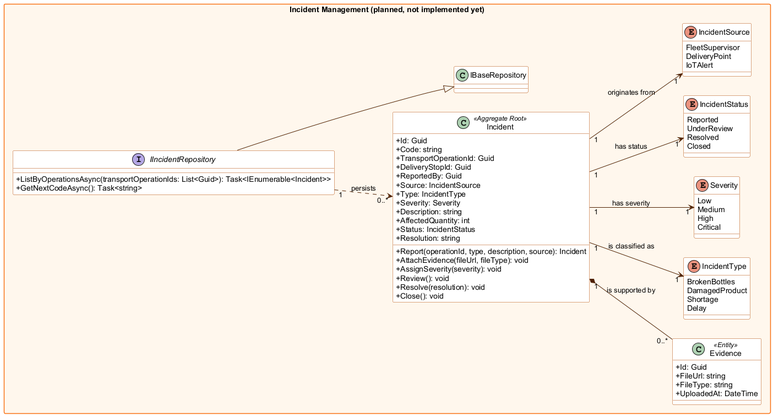
Earlier version of the PlantUML export report/assets/Software-Object-Oriented-Design/backend-class-incident-management.png (1ASI0730-2620-8084-CodeCrafters/bottle-track-report).
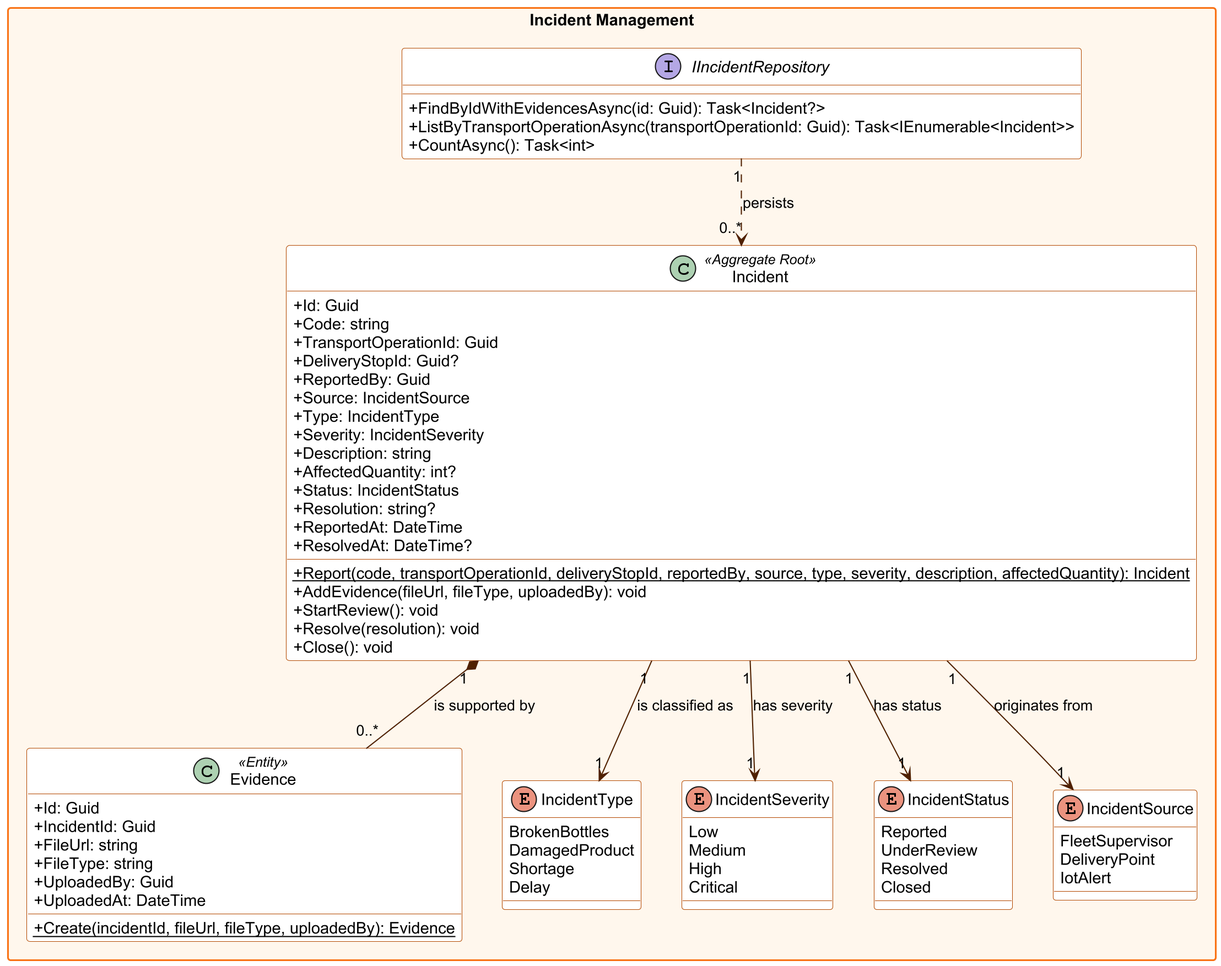
The same diagram one commit later.

Commit message:
fix(report): align incident management diagrams with the web services

Change to the diagram source:
```diff
@@ -1,4 +1,5 @@
-@startuml backend-class-incident-management
+@startuml
+skinparamlocked dpi 200
 skinparam classAttributeIconSize 0
 skinparam packageStyle rectangle
 skinparam shadowing false
@@ -12,34 +13,37 @@
   BackgroundColor #fff7ed
   BorderColor #f97316
 }
-left to right direction
 
-package "Incident Management (planned, not implemented yet)" {
+package "Incident Management" {
   class Incident <<Aggregate Root>> {
     + Id: Guid
     + Code: string
     + TransportOperationId: Guid
-    + DeliveryStopId: Guid
+    + DeliveryStopId: Guid?
     + ReportedBy: Guid
     + Source: IncidentSource
     + Type: IncidentType
-    + Severity: Severity
+    + Severity: IncidentSeverity
     + Description: string
-    + AffectedQuantity: int
+    + AffectedQuantity: int?
     + Status: IncidentStatus
-    + Resolution: string
-    + Report(operationId, type, description, source): Incident
-    + AttachEvidence(fileUrl, fileType): void
-    + AssignSeverity(severity): void
-    + Review(): void
+    + Resolution: string?
+    + ReportedAt: DateTime
+    + ResolvedAt: DateTime?
+    + {static} Report(code, transportOperationId, deliveryStopId, reportedBy, source, type, severity, description, affectedQuantity): Incident
+    + AddEvidence(fileUrl, fileType, uploadedBy): void
+    + StartReview(): void
     + Resolve(resolution): void
     + Close(): void
   }
   class Evidence <<Entity>> {
     + Id: Guid
+    + IncidentId: Guid
     + FileUrl: string
     + FileType: string
+    + UploadedBy: Guid
     + UploadedAt: DateTime
+    + {static} Create(incidentId, fileUrl, fileType, uploadedBy): Evidence
   }
   enum IncidentType {
     BrokenBottles
@@ -47,7 +51,7 @@
     Shortage
     Delay
   }
-  enum Severity {
+  enum IncidentSeverity {
     Low
     Medium
     High
@@ -62,18 +66,18 @@
   enum IncidentSource {
     FleetSupervisor
     DeliveryPoint
-    IoTAlert
+    IotAlert
   }
   interface IIncidentRepository {
-    + ListByOperationsAsync(transportOperationIds: List<Guid>): Task<IEnumerable<Incident>>
-    + GetNextCodeAsync(): Task<string>
+    + FindByIdWithEvidencesAsync(id: Guid): Task<Incident?>
+    + ListByTransportOperationAsync(transportOperationId: Guid): Task<IEnumerable<Incident>>
+    + CountAsync(): Task<int>
   }
   Incident "1" *-- "0..*" Evidence : is supported by
   Incident "1" --> "1" IncidentType : is classified as
-  Incident "1" --> "1" Severity : has severity
+  Incident "1" --> "1" IncidentSeverity : has severity
   Incident "1" --> "1" IncidentStatus : has status
   Incident "1" --> "1" IncidentSource : originates from
-  IIncidentRepository --|> IBaseRepository
   IIncidentRepository "1" ..> "0..*" Incident : persists
 }
 @enduml
```
